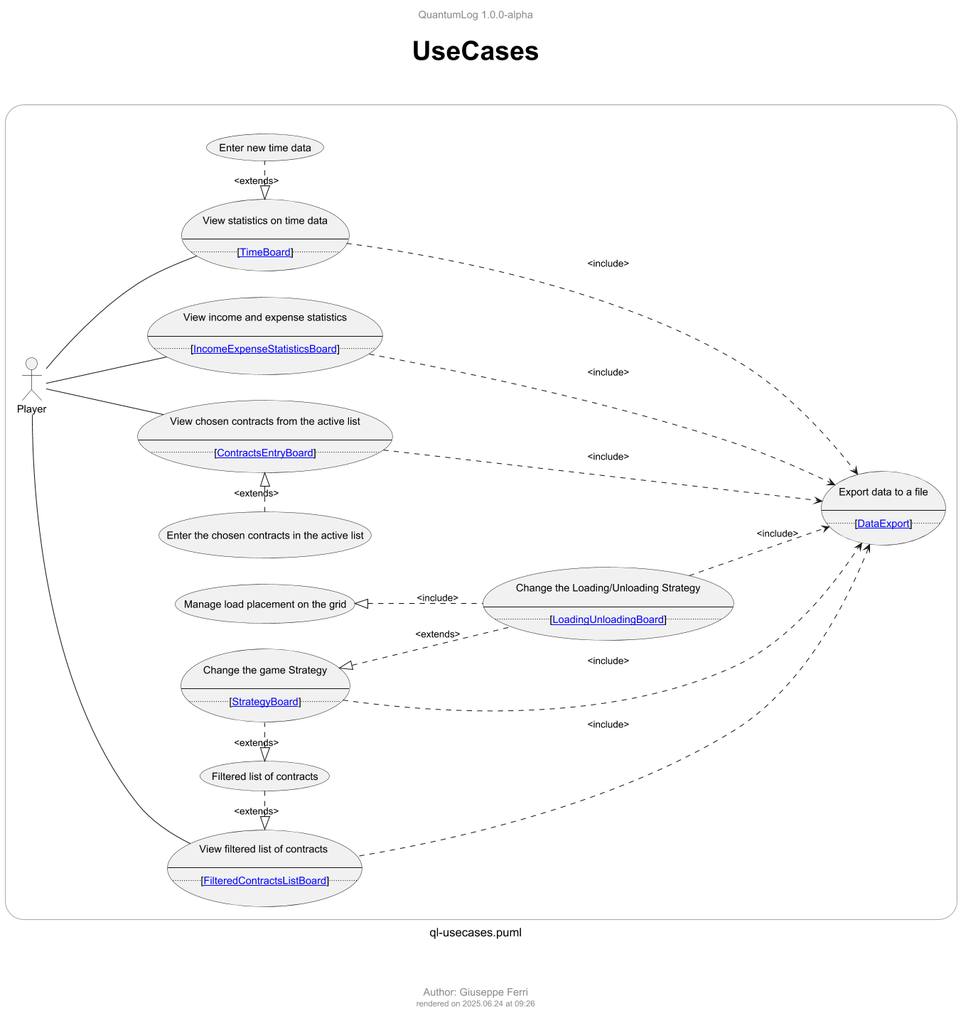
Before: out/usecases/ql-usecases.png, a diagram exported from PlantUML (JoeFerri/QuantumLog).
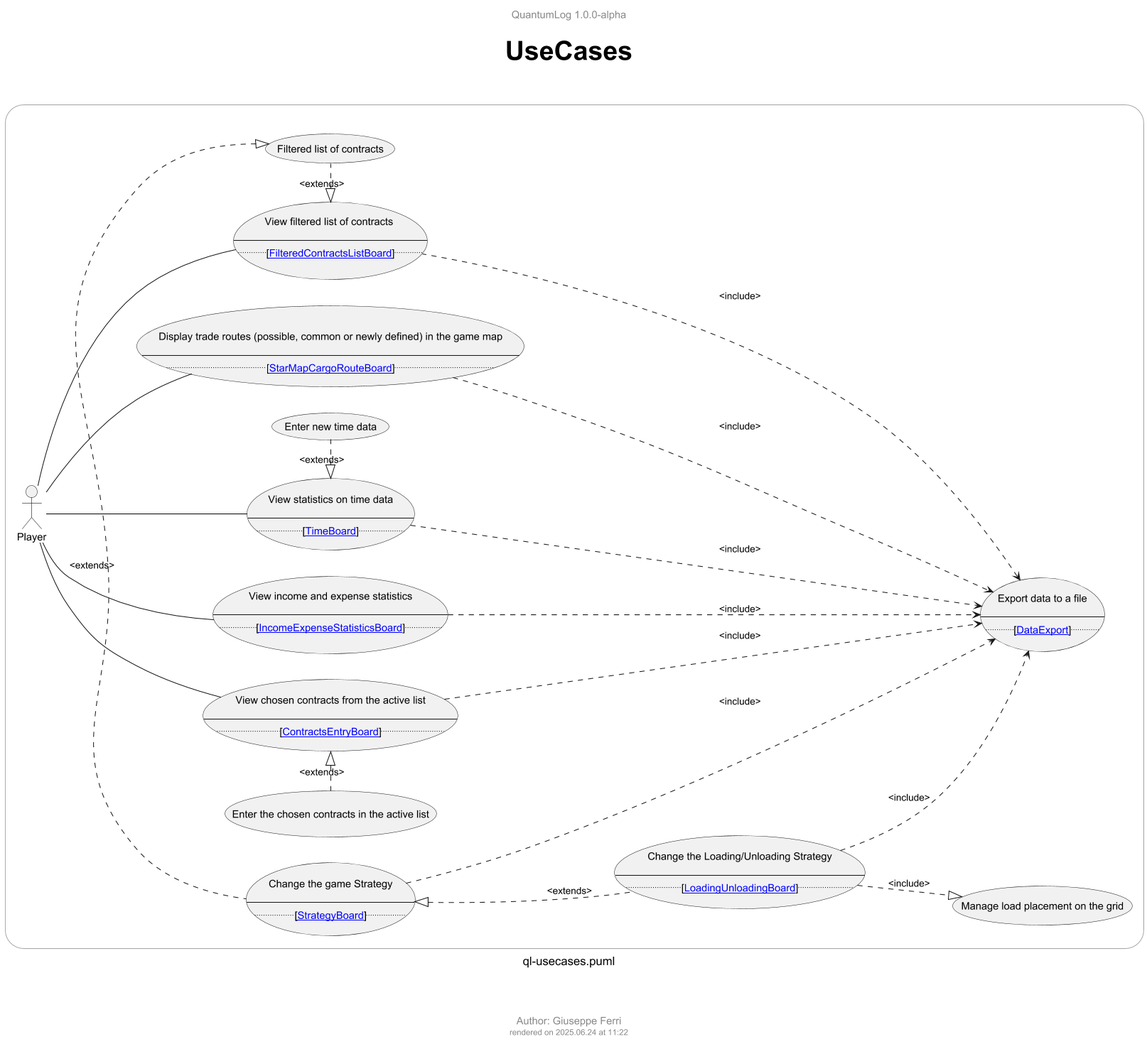
After the change.

What changed in the source:
```diff
@@ -62,14 +62,23 @@
 
 --
 ..[[[../ql-components/ql-components_main.png {go to Components Main diagram} DataExport]]].."
+
+
+
+  usecase UCStarMapCargoRouteBoard as "Display trade routes (possible, common or newly defined) in the game map
+
+--
+..[[[../ql-components/ql-components_main.png {go to Components Main diagram} StarMapCargoRouteBoard]]].."
 }
 
 
-P -d-- UCFilteredContractsListBoard
+
+
+P -d- UCFilteredContractsListBoard
 UCFilteredContractsList .l.|> UCFilteredContractsListBoard : <extends>
 UCChangeStrategy .l.|> UCFilteredContractsList : <extends>
 UCLoadingUnloadingBoard .l.|> UCChangeStrategy : <extends>
-UCLoadingUnloadingBoard .u.|> UCCargoGrid : <include>
+UCLoadingUnloadingBoard .d.|> UCCargoGrid : <include>
 UCFilteredContractsListBoard .l.> UCDataExport : <include>
 UCChangeStrategy ..> UCDataExport : <include>
 UCLoadingUnloadingBoard ..> UCDataExport : <include>
@@ -85,6 +94,9 @@
 UCTime .l..|> UCTimeBoard : <extends>
 UCTimeBoard ..> UCDataExport : <include>
 
+P -d- UCStarMapCargoRouteBoard
+UCStarMapCargoRouteBoard ..> UCDataExport : <include>
+
 
 
 
@@ -92,7 +104,10 @@
 UCLoadingUnloadingBoard -[hidden]-> UCChangeStrategy
 UCContractsEntry -[hidden]-> UCLoadingUnloadingBoard
 UCIncomeExpenseStatisticsBoard -[hidden]l-> UCContractsEntry
+UCCargoGrid -[hidden]d-> UCChangeStrategy
 UCTimeBoard -[hidden]l-> UCIncomeExpenseStatisticsBoard
+UCContractsEntryBoard -[hidden]l-> UCIncomeExpenseStatisticsBoard
+UCStarMapCargoRouteBoard -[hidden]l-> UCTimeBoard
 
 
 @enduml
```
